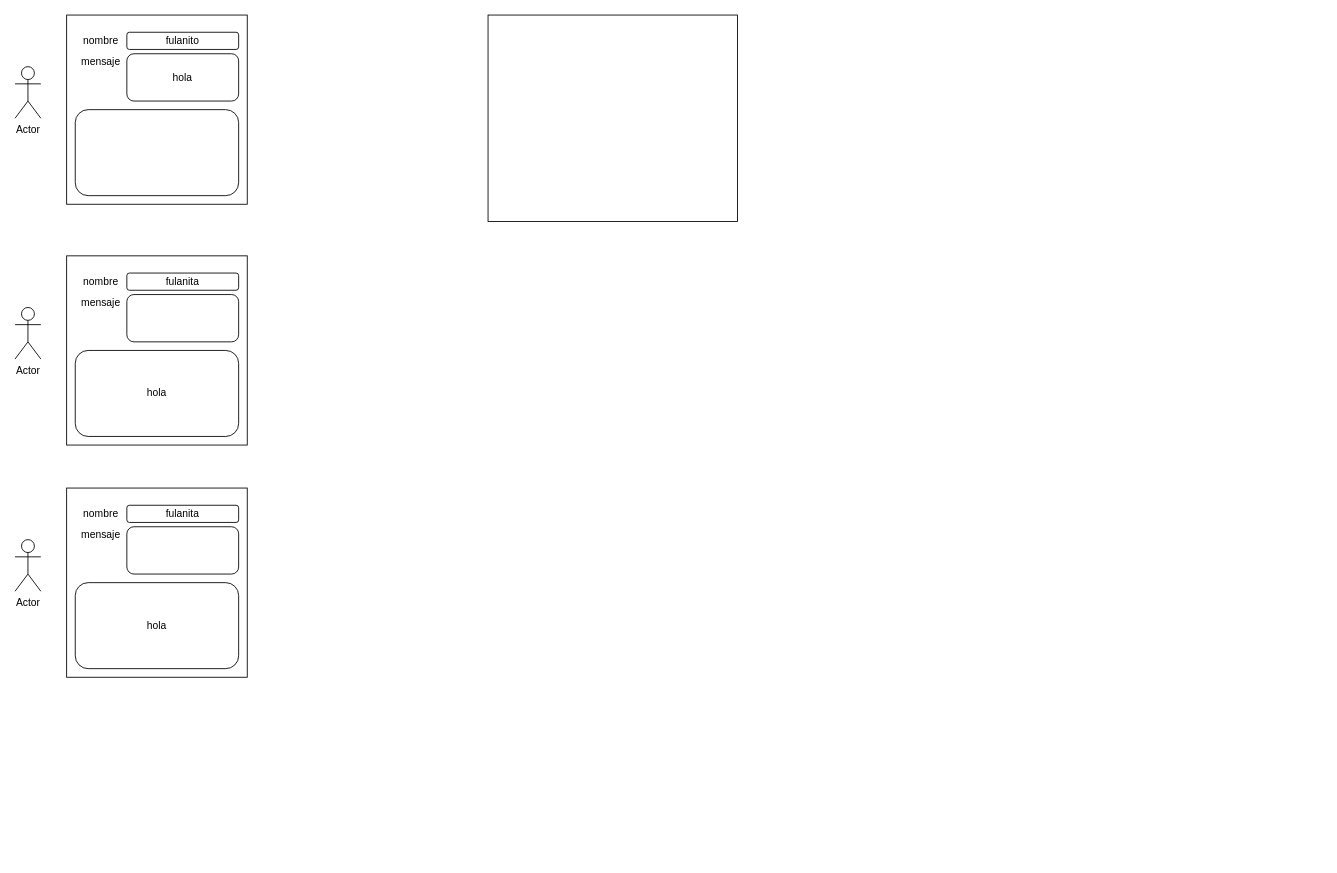
Before: page "Página-52" (52 of 52) of dibujos.drawio in lrag/MEAN_2021_2, a draw.io diagram. Source tidied: cells renumbered, new cells numbered last; positions are measured from the earlier drawing's top-left corner, leaving out a move shared by most shapes. Both pictures are drawn from the tidied source at 86%, with x=0, y=0 at pixel (15, 15).
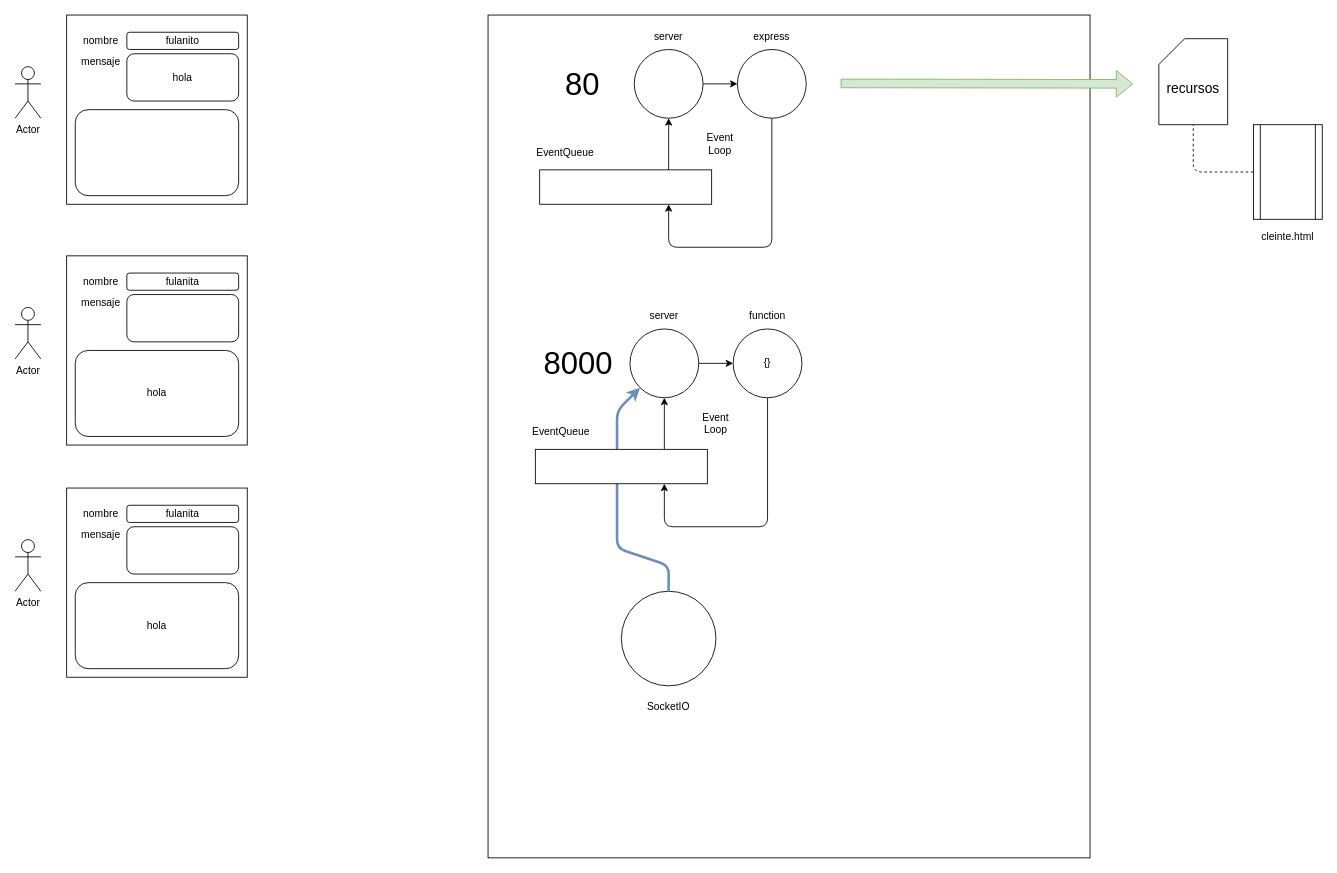
Above is the later version.

Change to the diagram source:
```diff
@@
     <mxCell id="23" style="rounded=0;whiteSpace=wrap;html=1;fontSize=12;" parent="1" vertex="1">
-      <mxGeometry x="550" width="290" height="240" as="geometry" />
+      <mxGeometry x="550" width="700" height="980" as="geometry" />
     </mxCell>
+    <mxCell id="24" style="edgeStyle=orthogonalEdgeStyle;rounded=1;jettySize=auto;html=1;fontSize=12;" parent="1" edge="1" source="25" target="27">
+      <mxGeometry relative="1" as="geometry" />
+    </mxCell>
+    <mxCell id="25" style="ellipse;whiteSpace=wrap;html=1;fontSize=12;" parent="1" vertex="1">
+      <mxGeometry x="720" y="40" width="80" height="80" as="geometry" />
+    </mxCell>
+    <mxCell id="26" value="server" style="text;html=1;strokeColor=none;fillColor=none;align=center;verticalAlign=middle;whiteSpace=wrap;rounded=0;fontSize=12;" parent="1" vertex="1">
+      <mxGeometry x="730" y="10" width="60" height="30" as="geometry" />
+    </mxCell>
+    <mxCell id="27" style="ellipse;whiteSpace=wrap;html=1;fontSize=12;" parent="1" vertex="1">
+      <mxGeometry x="840" y="40" width="80" height="80" as="geometry" />
+    </mxCell>
+    <mxCell id="28" value="express" style="text;html=1;strokeColor=none;fillColor=none;align=center;verticalAlign=middle;whiteSpace=wrap;rounded=0;fontSize=12;" parent="1" vertex="1">
+      <mxGeometry x="850" y="10" width="60" height="30" as="geometry" />
+    </mxCell>
+    <mxCell id="29" style="rounded=0;whiteSpace=wrap;html=1;fontSize=12;" parent="1" vertex="1">
+      <mxGeometry x="610" y="180" width="200" height="40" as="geometry" />
+    </mxCell>
+    <mxCell id="30" style="endArrow=classic;html=1;rounded=1;fontSize=12;exitX=0.5;exitY=1;exitDx=0;exitDy=0;entryX=0.75;entryY=1;entryDx=0;entryDy=0;" parent="1" edge="1" source="27" target="29">
+      <mxGeometry relative="1" as="geometry">
+        <Array as="points">
+          <mxPoint x="880" y="270" />
+          <mxPoint x="760" y="270" />
+        </Array>
+      </mxGeometry>
+    </mxCell>
+    <mxCell id="31" style="endArrow=classic;html=1;rounded=1;fontSize=12;entryX=0.5;entryY=1;entryDx=0;entryDy=0;exitX=0.75;exitY=0;exitDx=0;exitDy=0;" parent="1" edge="1" source="29" target="25">
+      <mxGeometry relative="1" as="geometry" />
+    </mxCell>
+    <mxCell id="32" value="&lt;font style=&quot;font-size: 36px&quot;&gt;80&lt;/font&gt;" style="text;html=1;strokeColor=none;fillColor=none;align=center;verticalAlign=middle;whiteSpace=wrap;rounded=0;fontSize=12;" parent="1" vertex="1">
+      <mxGeometry x="630" y="65" width="60" height="30" as="geometry" />
+    </mxCell>
+    <mxCell id="33" value="&lt;font size=&quot;3&quot;&gt;recursos&lt;/font&gt;" style="shape=card;whiteSpace=wrap;html=1;fontSize=36;" parent="1" vertex="1">
+      <mxGeometry x="1330" y="27.5" width="80" height="100" as="geometry" />
+    </mxCell>
+    <mxCell id="34" style="shape=process;whiteSpace=wrap;html=1;backgroundOutline=1;fontSize=12;" parent="1" vertex="1">
+      <mxGeometry x="1440" y="127.5" width="80" height="110" as="geometry" />
+    </mxCell>
+    <mxCell id="35" value="cleinte.html" style="text;html=1;strokeColor=none;fillColor=none;align=center;verticalAlign=middle;whiteSpace=wrap;rounded=0;fontSize=12;" parent="1" vertex="1">
+      <mxGeometry x="1450" y="242.5" width="60" height="30" as="geometry" />
+    </mxCell>
+    <mxCell id="36" style="endArrow=none;dashed=1;html=1;rounded=1;fontSize=12;entryX=0.5;entryY=1;entryDx=0;entryDy=0;entryPerimeter=0;exitX=0;exitY=0.5;exitDx=0;exitDy=0;" parent="1" edge="1" source="34" target="33">
+      <mxGeometry relative="1" as="geometry">
+        <Array as="points">
+          <mxPoint x="1370" y="182.5" />
+        </Array>
+      </mxGeometry>
+    </mxCell>
+    <mxCell id="37" value="EventQueue" style="text;html=1;strokeColor=none;fillColor=none;align=center;verticalAlign=middle;whiteSpace=wrap;rounded=0;fontSize=12;" parent="1" vertex="1">
+      <mxGeometry x="610" y="145" width="60" height="30" as="geometry" />
+    </mxCell>
+    <mxCell id="38" value="Event&lt;br&gt;Loop" style="text;html=1;strokeColor=none;fillColor=none;align=center;verticalAlign=middle;whiteSpace=wrap;rounded=0;fontSize=12;" parent="1" vertex="1">
+      <mxGeometry x="790" y="135" width="60" height="30" as="geometry" />
+    </mxCell>
+    <mxCell id="39" style="shape=flexArrow;endArrow=classic;html=1;rounded=1;fontSize=12;fillColor=#d5e8d4;strokeColor=#82b366;" parent="1" edge="1">
+      <mxGeometry relative="1" as="geometry">
+        <mxPoint x="960" y="79.5" as="sourcePoint" />
+        <mxPoint x="1300" y="80" as="targetPoint" />
+      </mxGeometry>
+    </mxCell>
+    <mxCell id="40" style="edgeStyle=orthogonalEdgeStyle;rounded=1;jettySize=auto;html=1;fontSize=12;" parent="1" edge="1" source="41" target="43">
+      <mxGeometry relative="1" as="geometry" />
+    </mxCell>
+    <mxCell id="41" style="ellipse;whiteSpace=wrap;html=1;fontSize=12;" parent="1" vertex="1">
+      <mxGeometry x="715" y="365" width="80" height="80" as="geometry" />
+    </mxCell>
+    <mxCell id="42" value="server" style="text;html=1;strokeColor=none;fillColor=none;align=center;verticalAlign=middle;whiteSpace=wrap;rounded=0;fontSize=12;" parent="1" vertex="1">
+      <mxGeometry x="725" y="335" width="60" height="30" as="geometry" />
+    </mxCell>
+    <mxCell id="43" value="{}" style="ellipse;whiteSpace=wrap;html=1;fontSize=12;" parent="1" vertex="1">
+      <mxGeometry x="835" y="365" width="80" height="80" as="geometry" />
+    </mxCell>
+    <mxCell id="44" value="function" style="text;html=1;strokeColor=none;fillColor=none;align=center;verticalAlign=middle;whiteSpace=wrap;rounded=0;fontSize=12;" parent="1" vertex="1">
+      <mxGeometry x="845" y="335" width="60" height="30" as="geometry" />
+    </mxCell>
+    <mxCell id="45" style="endArrow=classic;html=1;rounded=1;fontSize=12;exitX=0.5;exitY=1;exitDx=0;exitDy=0;entryX=0.75;entryY=1;entryDx=0;entryDy=0;" parent="1" edge="1" source="43" target="52">
+      <mxGeometry relative="1" as="geometry">
+        <Array as="points">
+          <mxPoint x="875" y="595" />
+          <mxPoint x="755" y="595" />
+        </Array>
+      </mxGeometry>
+    </mxCell>
+    <mxCell id="46" style="endArrow=classic;html=1;rounded=1;fontSize=12;entryX=0.5;entryY=1;entryDx=0;entryDy=0;exitX=0.75;exitY=0;exitDx=0;exitDy=0;" parent="1" edge="1" source="52" target="41">
+      <mxGeometry relative="1" as="geometry" />
+    </mxCell>
+    <mxCell id="47" value="&lt;font style=&quot;font-size: 36px&quot;&gt;8000&lt;/font&gt;" style="text;html=1;strokeColor=none;fillColor=none;align=center;verticalAlign=middle;whiteSpace=wrap;rounded=0;fontSize=12;" parent="1" vertex="1">
+      <mxGeometry x="625" y="390" width="60" height="30" as="geometry" />
+    </mxCell>
+    <mxCell id="48" value="EventQueue" style="text;html=1;strokeColor=none;fillColor=none;align=center;verticalAlign=middle;whiteSpace=wrap;rounded=0;fontSize=12;" parent="1" vertex="1">
+      <mxGeometry x="605" y="470" width="60" height="30" as="geometry" />
+    </mxCell>
+    <mxCell id="49" value="Event&lt;br&gt;Loop" style="text;html=1;strokeColor=none;fillColor=none;align=center;verticalAlign=middle;whiteSpace=wrap;rounded=0;fontSize=12;" parent="1" vertex="1">
+      <mxGeometry x="785" y="460" width="60" height="30" as="geometry" />
+    </mxCell>
+    <mxCell id="50" style="ellipse;whiteSpace=wrap;html=1;fontSize=12;" parent="1" vertex="1">
+      <mxGeometry x="705" y="670" width="110" height="110" as="geometry" />
+    </mxCell>
+    <mxCell id="51" style="endArrow=classic;html=1;rounded=1;fontSize=12;exitX=0.5;exitY=0;exitDx=0;exitDy=0;entryX=0;entryY=1;entryDx=0;entryDy=0;strokeWidth=3;fillColor=#dae8fc;strokeColor=#6c8ebf;" parent="1" edge="1" source="50" target="41">
+      <mxGeometry relative="1" as="geometry">
+        <Array as="points">
+          <mxPoint x="760" y="640" />
+          <mxPoint x="700" y="620" />
+          <mxPoint x="700" y="460" />
+        </Array>
+      </mxGeometry>
+    </mxCell>
+    <mxCell id="52" style="rounded=0;whiteSpace=wrap;html=1;fontSize=12;" parent="1" vertex="1">
+      <mxGeometry x="605" y="505" width="200" height="40" as="geometry" />
+    </mxCell>
+    <mxCell id="53" value="SocketIO" style="text;html=1;strokeColor=none;fillColor=none;align=center;verticalAlign=middle;whiteSpace=wrap;rounded=0;fontSize=12;" parent="1" vertex="1">
+      <mxGeometry x="730" y="790" width="60" height="30" as="geometry" />
+    </mxCell>
```
